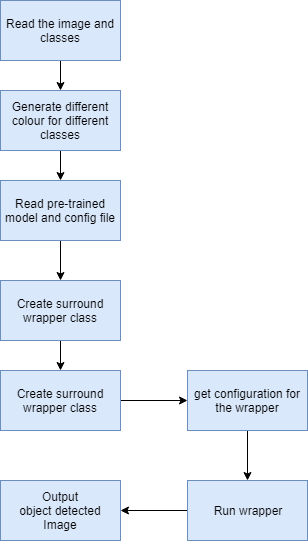
Before: Collection/yolo_flow_chart_Diagram.png, a diagram exported from draw.io (surround-deakin-team/Surround_document). Source tidied: cells renumbered, new cells last; positions are measured from the earlier drawing's top-left corner, leaving out a move shared by most shapes.
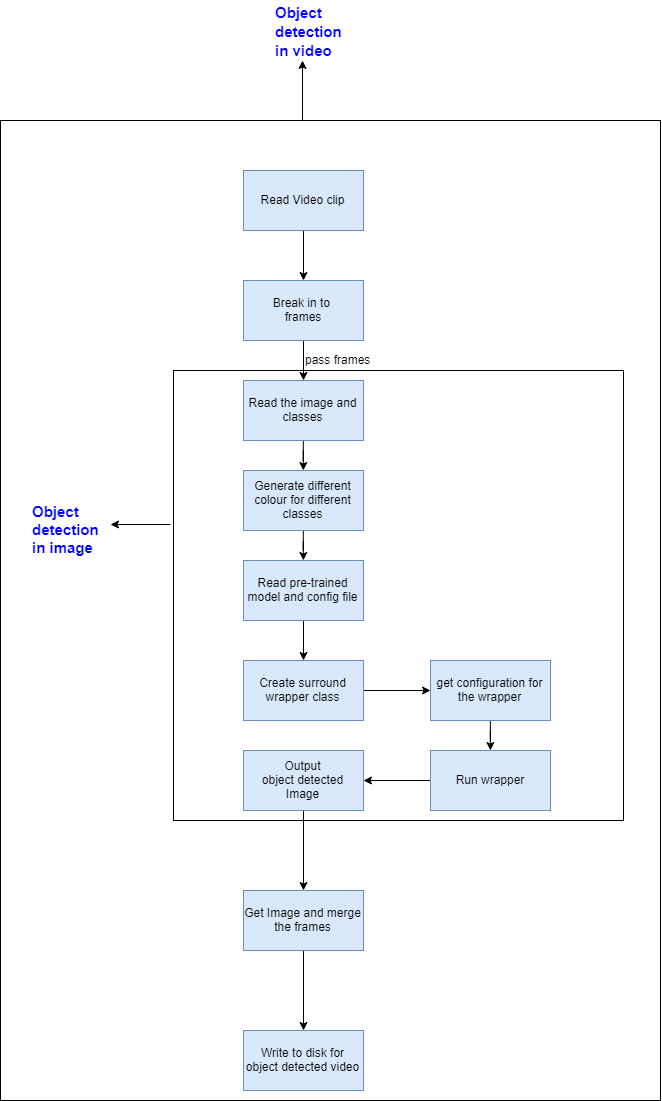
After the change.

Change to the diagram source:
```diff
@@ -20,37 +20,77 @@
     <mxCell id="7" value="Read pre-trained model and config file" style="rounded=0;whiteSpace=wrap;html=1;fillColor=#dae8fc;strokeColor=#6c8ebf;" parent="1" vertex="1">
       <mxGeometry y="180" width="120" height="60" as="geometry" />
     </mxCell>
-    <mxCell id="8" style="edgeStyle=orthogonalEdgeStyle;rounded=0;jettySize=auto;html=1;" parent="1" edge="1" source="9" target="11">
-      <mxGeometry relative="1" as="geometry" />
-    </mxCell>
+    <mxCell id="17" style="edgeStyle=orthogonalEdgeStyle;rounded=0;jettySize=auto;html=1;" parent="1" edge="1" source="9" target="13">
+      <mxGeometry relative="1" as="geometry" />
+    </mxCell>
     <mxCell id="9" value="Create surround wrapper class" style="rounded=0;whiteSpace=wrap;html=1;fillColor=#dae8fc;strokeColor=#6c8ebf;" parent="1" vertex="1">
       <mxGeometry y="280" width="120" height="60" as="geometry" />
     </mxCell>
-    <mxCell id="10" style="edgeStyle=orthogonalEdgeStyle;rounded=0;jettySize=auto;html=1;" parent="1" edge="1" source="11" target="13">
-      <mxGeometry relative="1" as="geometry" />
-    </mxCell>
-    <mxCell id="11" value="Create surround wrapper class" style="rounded=0;whiteSpace=wrap;html=1;fillColor=#dae8fc;strokeColor=#6c8ebf;" parent="1" vertex="1">
-      <mxGeometry y="370" width="120" height="60" as="geometry" />
-    </mxCell>
     <mxCell id="12" style="edgeStyle=orthogonalEdgeStyle;rounded=0;jettySize=auto;html=1;" parent="1" edge="1" source="13" target="15">
       <mxGeometry relative="1" as="geometry" />
     </mxCell>
     <mxCell id="13" value="get configuration for the wrapper" style="rounded=0;whiteSpace=wrap;html=1;fillColor=#dae8fc;strokeColor=#6c8ebf;" parent="1" vertex="1">
-      <mxGeometry x="187" y="370" width="120" height="60" as="geometry" />
+      <mxGeometry x="187" y="280" width="120" height="60" as="geometry" />
     </mxCell>
     <mxCell id="14" style="edgeStyle=orthogonalEdgeStyle;rounded=0;jettySize=auto;html=1;" parent="1" edge="1" source="15" target="16">
-      <mxGeometry relative="1" as="geometry">
-        <Array as="points">
-          <mxPoint x="7" y="500" />
-          <mxPoint x="7" y="500" />
-        </Array>
-      </mxGeometry>
+      <mxGeometry relative="1" as="geometry" />
     </mxCell>
     <mxCell id="15" value="Run wrapper" style="rounded=0;whiteSpace=wrap;html=1;fillColor=#dae8fc;strokeColor=#6c8ebf;" parent="1" vertex="1">
-      <mxGeometry x="187" y="480" width="120" height="60" as="geometry" />
+      <mxGeometry x="187" y="370" width="120" height="60" as="geometry" />
     </mxCell>
+    <mxCell id="18" style="edgeStyle=orthogonalEdgeStyle;rounded=0;jettySize=auto;html=1;" parent="1" edge="1" source="16" target="20">
+      <mxGeometry relative="1" as="geometry" />
+    </mxCell>
     <mxCell id="16" value="Output&lt;br&gt;object detected Image&lt;br&gt;" style="rounded=0;whiteSpace=wrap;html=1;fillColor=#dae8fc;strokeColor=#6c8ebf;" parent="1" vertex="1">
-      <mxGeometry y="480" width="120" height="60" as="geometry" />
+      <mxGeometry y="370" width="120" height="60" as="geometry" />
     </mxCell>
+    <mxCell id="19" style="edgeStyle=orthogonalEdgeStyle;rounded=0;jettySize=auto;html=1;" parent="1" edge="1" source="20" target="21">
+      <mxGeometry relative="1" as="geometry" />
+    </mxCell>
+    <mxCell id="20" value="Get Image and merge the frames" style="rounded=0;whiteSpace=wrap;html=1;fillColor=#dae8fc;strokeColor=#6c8ebf;" parent="1" vertex="1">
+      <mxGeometry y="510" width="120" height="60" as="geometry" />
+    </mxCell>
+    <mxCell id="21" value="Write to disk for object detected video" style="rounded=0;whiteSpace=wrap;html=1;fillColor=#dae8fc;strokeColor=#6c8ebf;" parent="1" vertex="1">
+      <mxGeometry y="650" width="120" height="60" as="geometry" />
+    </mxCell>
+    <mxCell id="22" style="whiteSpace=wrap;html=1;fillColor=none;" parent="1" vertex="1">
+      <mxGeometry x="-70" y="-10" width="450" height="450" as="geometry" />
+    </mxCell>
+    <mxCell id="23" style="edgeStyle=orthogonalEdgeStyle;rounded=0;jettySize=auto;html=1;" parent="1" edge="1" source="24" target="26">
+      <mxGeometry relative="1" as="geometry" />
+    </mxCell>
+    <mxCell id="24" value="Read Video clip" style="rounded=0;whiteSpace=wrap;html=1;fillColor=#dae8fc;strokeColor=#6c8ebf;" parent="1" vertex="1">
+      <mxGeometry y="-210" width="120" height="60" as="geometry" />
+    </mxCell>
+    <mxCell id="25" style="edgeStyle=orthogonalEdgeStyle;rounded=0;jettySize=auto;html=1;" parent="1" edge="1" source="26" target="3">
+      <mxGeometry relative="1" as="geometry" />
+    </mxCell>
+    <mxCell id="26" value="Break in to &lt;br&gt;frames" style="rounded=0;whiteSpace=wrap;html=1;fillColor=#dae8fc;strokeColor=#6c8ebf;" parent="1" vertex="1">
+      <mxGeometry y="-100" width="120" height="60" as="geometry" />
+    </mxCell>
+    <mxCell id="27" value="pass frames" style="text;html=1;align=left;verticalAlign=top;spacingTop=-4;rotation=0;" parent="1" vertex="1">
+      <mxGeometry x="60" y="-30" width="80" height="20" as="geometry" />
+    </mxCell>
+    <mxCell id="28" style="endArrow=classic;html=1;" parent="1" edge="1">
+      <mxGeometry relative="1" as="geometry">
+        <mxPoint x="-73" y="144" as="sourcePoint" />
+        <mxPoint x="-133" y="144" as="targetPoint" />
+      </mxGeometry>
+    </mxCell>
+    <mxCell id="29" value="&lt;b&gt;&lt;span style=&quot;font-size: 15px&quot;&gt;&lt;font color=&quot;#0000ff&quot; style=&quot;font-size: 15px&quot;&gt;Object&lt;br&gt;detection &lt;br&gt;in image&lt;/font&gt;&lt;/span&gt;&lt;/b&gt;&lt;br&gt;" style="text;html=1;align=left;verticalAlign=top;spacingTop=-4;" parent="1" vertex="1">
+      <mxGeometry x="-213" y="120" width="90" height="50" as="geometry" />
+    </mxCell>
+    <mxCell id="30" style="rounded=0;whiteSpace=wrap;html=1;fillColor=none;" parent="1" vertex="1">
+      <mxGeometry x="-243" y="-260" width="660" height="980" as="geometry" />
+    </mxCell>
+    <mxCell id="31" style="endArrow=classic;html=1;" parent="1" edge="1">
+      <mxGeometry relative="1" as="geometry">
+        <mxPoint x="59" y="-260" as="sourcePoint" />
+        <mxPoint x="59" y="-320" as="targetPoint" />
+      </mxGeometry>
+    </mxCell>
+    <mxCell id="32" value="&lt;b style=&quot;font-size: 16px&quot;&gt;&lt;font style=&quot;font-size: 15px&quot; color=&quot;#0000ff&quot;&gt;Object&lt;br&gt;detection &lt;br&gt;in video&lt;/font&gt;&lt;/b&gt;" style="text;html=1;align=left;verticalAlign=top;spacingTop=-4;" parent="1" vertex="1">
+      <mxGeometry x="30" y="-380" width="90" height="50" as="geometry" />
+    </mxCell>
   </root>
 </mxGraphModel>
```
